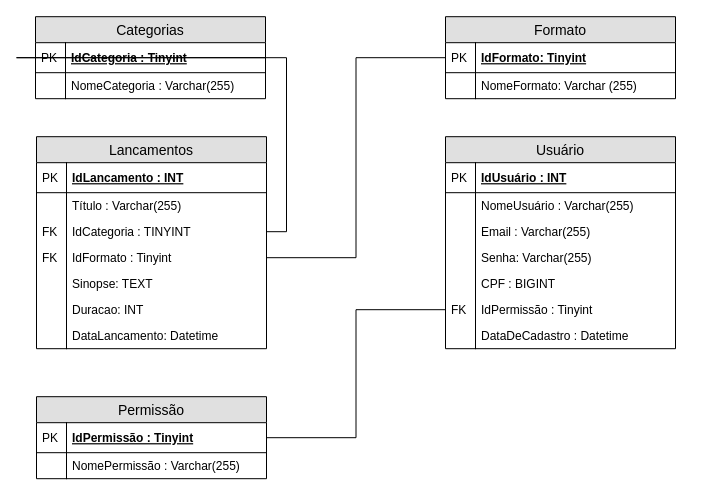
Earlier version of the draw.io diagram page "Lógico" (2 of 2) of M_Diagrama_MuriloMilani.drawio (MuriloMilani8870/2s2019-sprint-1-bd-Opflix). Source tidied: cells renumbered, new cells numbered last; positions are measured from the earlier drawing's top-left corner, leaving out a move shared by most shapes. Both pictures are drawn from the tidied source at 100%, with x=0, y=0 at pixel (35, 16).
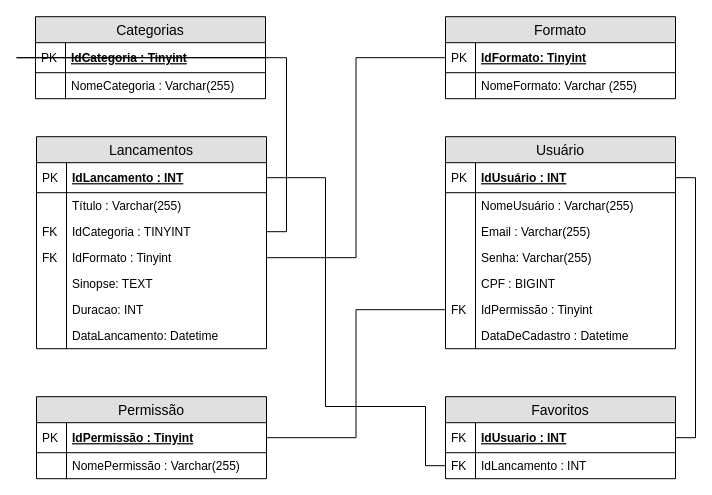
The same diagram, later.

The change refers to these unchanged cells:
```xml
<mxCell id="13" value="IdLancamento : INT" style="shape=partialRectangle;top=0;left=0;right=0;bottom=1;align=left;verticalAlign=middle;fillColor=none;spacingLeft=34;spacingRight=4;overflow=hidden;points=[[0,0.5],[1,0.5]];portConstraint=eastwest;fontStyle=5;fontSize=12;" parent="12" vertex="1">
  <mxGeometry y="26" width="230" height="30" as="geometry" />
</mxCell>
<mxCell id="28" value="IdUsuário : INT" style="shape=partialRectangle;top=0;left=0;right=0;bottom=1;align=left;verticalAlign=middle;fillColor=none;spacingLeft=34;spacingRight=4;overflow=hidden;points=[[0,0.5],[1,0.5]];portConstraint=eastwest;fontStyle=5;fontSize=12;" parent="27" vertex="1">
  <mxGeometry y="26" width="230" height="30" as="geometry" />
</mxCell>
```

Change to the diagram source:
```diff
@@
+    <mxCell id="50" value="Favoritos" style="swimlane;fontStyle=0;horizontal=1;startSize=26;fillColor=#e0e0e0;swimlaneFillColor=#ffffff;align=center;fontSize=14;" parent="1" vertex="1">
+      <mxGeometry x="410" y="380.2" width="230" height="82" as="geometry" />
+    </mxCell>
+    <mxCell id="51" value="IdUsuario : INT" style="shape=partialRectangle;top=0;left=0;right=0;bottom=1;align=left;verticalAlign=middle;fillColor=none;spacingLeft=34;spacingRight=4;overflow=hidden;points=[[0,0.5],[1,0.5]];portConstraint=eastwest;fontStyle=5;fontSize=12;" parent="50" vertex="1">
+      <mxGeometry y="26" width="230" height="30" as="geometry" />
+    </mxCell>
+    <mxCell id="52" value="FK" style="shape=partialRectangle;top=0;left=0;bottom=0;fillColor=none;align=left;verticalAlign=middle;spacingLeft=4;spacingRight=4;overflow=hidden;fontSize=12;" parent="51" vertex="1">
+      <mxGeometry width="30" height="30" as="geometry" />
+    </mxCell>
+    <mxCell id="53" value="IdLancamento : INT" style="shape=partialRectangle;top=0;left=0;right=0;bottom=0;align=left;verticalAlign=top;fillColor=none;spacingLeft=34;spacingRight=4;overflow=hidden;points=[[0,0.5],[1,0.5]];portConstraint=eastwest;fontSize=12;" parent="50" vertex="1">
+      <mxGeometry y="56" width="230" height="26" as="geometry" />
+    </mxCell>
+    <mxCell id="54" value="FK" style="shape=partialRectangle;top=0;left=0;bottom=0;fillColor=none;align=left;verticalAlign=top;spacingLeft=4;spacingRight=4;overflow=hidden;fontSize=12;" parent="53" vertex="1">
+      <mxGeometry width="30" height="26" as="geometry" />
+    </mxCell>
+    <mxCell id="55" style="edgeStyle=orthogonalEdgeStyle;rounded=0;jettySize=auto;html=1;exitX=0;exitY=0.5;exitDx=0;exitDy=0;entryX=1;entryY=0.5;entryDx=0;entryDy=0;endArrow=none;endFill=0;" parent="1" edge="1" source="53" target="13">
+      <mxGeometry relative="1" as="geometry">
+        <Array as="points">
+          <mxPoint x="390" y="449" />
+          <mxPoint x="390" y="390" />
+          <mxPoint x="290" y="390" />
+          <mxPoint x="290" y="161" />
+        </Array>
+      </mxGeometry>
+    </mxCell>
+    <mxCell id="56" style="edgeStyle=orthogonalEdgeStyle;rounded=0;jettySize=auto;html=1;exitX=1;exitY=0.5;exitDx=0;exitDy=0;endArrow=none;endFill=0;" parent="1" edge="1" source="51" target="28">
+      <mxGeometry relative="1" as="geometry" />
+    </mxCell>
```
